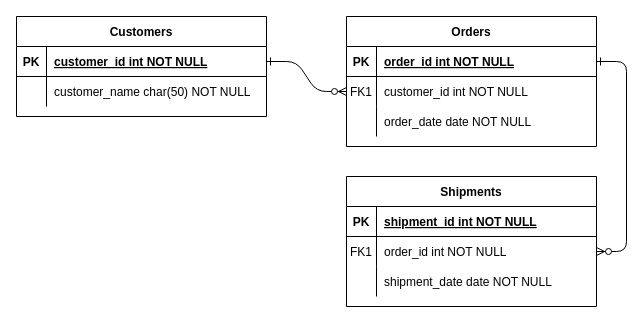
Azmi010/pweb4 keeps this draw.io diagram as pwebb4.drawio. Above is the earlier version. Source tidied: cells renumbered, new cells numbered last; positions are measured from the earlier drawing's top-left corner, leaving out a move shared by most shapes. Both pictures are drawn from the tidied source at 100%, with x=0, y=0 at pixel (16, 16).
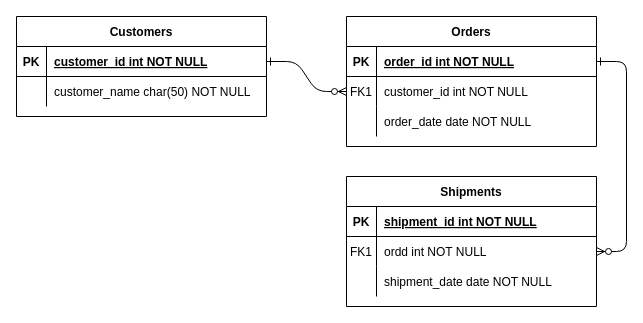
The same diagram, later.

Unchanged cells that the change refers to:
```xml
<mxCell id="18" style="shape=partialRectangle;fillColor=none;points=[[0,0.5],[1,0.5]];portConstraint=eastwest;top=0;left=0;right=0;bottom=0;" parent="14" vertex="1">
  <mxGeometry y="60" width="250" height="30" as="geometry" />
</mxCell>
```

What changed in the source:
```diff
@@
-    <mxCell id="20" value="order_id int NOT NULL" style="shape=partialRectangle;overflow=hidden;fillColor=none;top=0;left=0;bottom=0;right=0;align=left;spacingLeft=6;" parent="18" vertex="1">
+    <mxCell id="20" value="ordd int NOT NULL" style="shape=partialRectangle;overflow=hidden;fillColor=none;top=0;left=0;bottom=0;right=0;align=left;spacingLeft=6;" parent="18" vertex="1">
       <mxGeometry x="30" width="220" height="30" as="geometry" />
     </mxCell>
```
